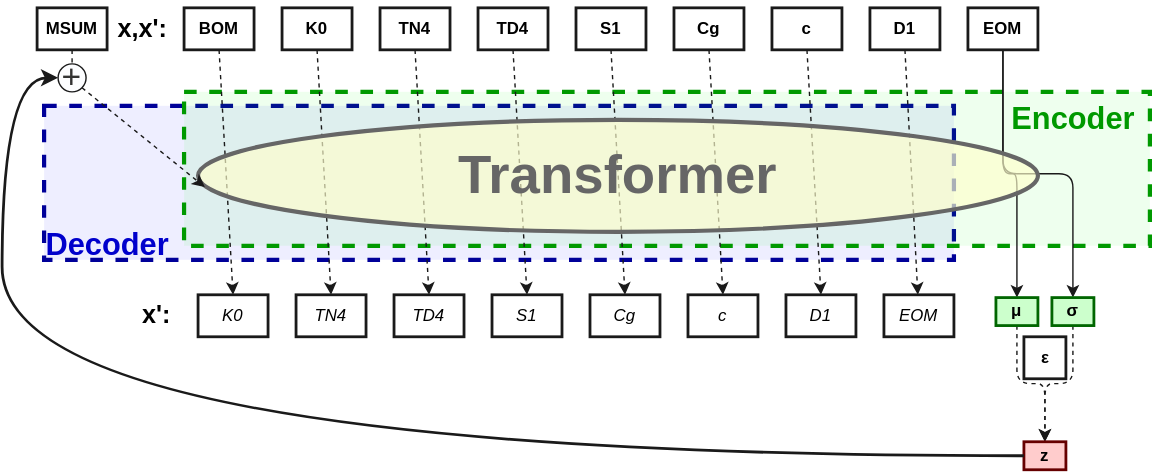
The draw.io diagram source/images/shared-vae.drawio.svg in k-l-lambda/k-l-lambda.github.io, before a commit. Source tidied: cells renumbered, new cells last; positions are measured from the earlier drawing's top-left corner, leaving out a move shared by most shapes.
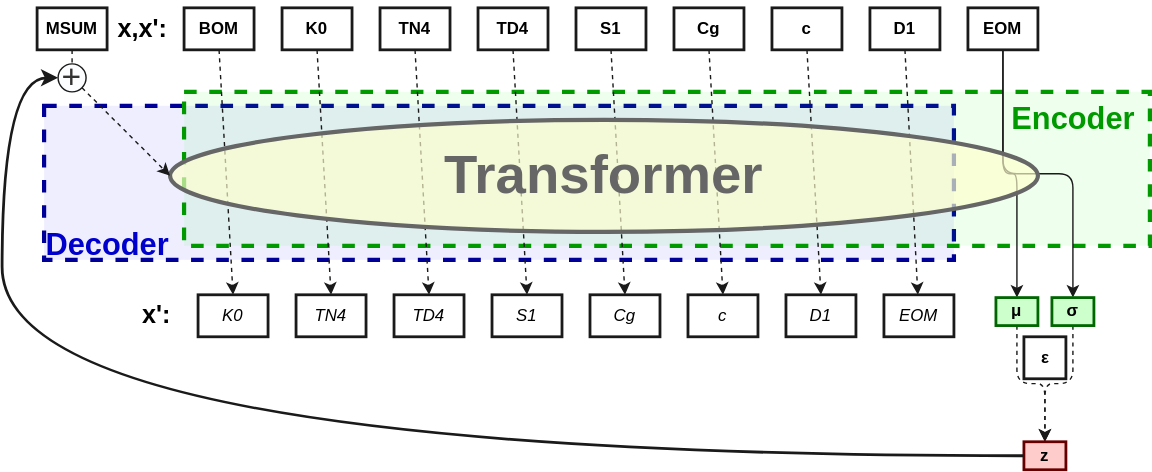
The same diagram one commit later.

The edit, as a diff of the source:
```diff
@@ -102,7 +102,7 @@
       <mxGeometry x="750" y="212" width="30" height="20" as="geometry" />
     </mxCell>
     <mxCell id="35" value="&lt;b&gt;&lt;font style=&quot;font-size: 39px;&quot;&gt;Transformer&lt;/font&gt;&lt;/b&gt;" style="ellipse;whiteSpace=wrap;html=1;strokeWidth=3;fillColor=#FFFFCCaa;fontColor=#666666;strokeColor=#666666;" parent="1" vertex="1">
-      <mxGeometry x="140" y="85" width="600" height="80" as="geometry" />
+      <mxGeometry x="120" y="85" width="620" height="80" as="geometry" />
     </mxCell>
     <mxCell id="36" style="edgeStyle=orthogonalEdgeStyle;curved=1;html=1;exitX=0;exitY=0.5;exitDx=0;exitDy=0;entryX=0;entryY=0.5;entryDx=0;entryDy=0;fontSize=39;fontColor=#969696;strokeColor=#1A1A1A;strokeWidth=2;startArrow=none;" parent="1" edge="1" source="40" target="40">
       <mxGeometry relative="1" as="geometry" />
@@ -118,8 +118,10 @@
         </Array>
       </mxGeometry>
     </mxCell>
-    <mxCell id="39" style="edgeStyle=none;html=1;exitX=1;exitY=1;exitDx=0;exitDy=0;strokeColor=#1A1A1A;strokeWidth=1;fontSize=24;fontColor=#333333;startArrow=none;startFill=0;endArrow=classic;endFill=1;targetPerimeterSpacing=0;dashed=1;entryX=0.008;entryY=0.6;entryDx=0;entryDy=0;entryPerimeter=0;" parent="1" edge="1" source="46" target="35">
-      <mxGeometry relative="1" as="geometry" />
+    <mxCell id="39" style="edgeStyle=none;html=1;exitX=1;exitY=1;exitDx=0;exitDy=0;strokeColor=#1A1A1A;strokeWidth=1;fontSize=24;fontColor=#333333;startArrow=none;startFill=0;endArrow=classic;endFill=1;targetPerimeterSpacing=0;dashed=1;" parent="1" edge="1" source="46">
+      <mxGeometry relative="1" as="geometry">
+        <mxPoint x="120" y="125" as="targetPoint" />
+      </mxGeometry>
     </mxCell>
     <mxCell id="40" value="MSUM" style="whiteSpace=wrap;html=1;fillColor=none;fontColor=#000000;strokeColor=#1A1A1A;strokeWidth=2;fontStyle=1;" parent="1" vertex="1">
       <mxGeometry x="25" y="5" width="50" height="30" as="geometry" />
```
